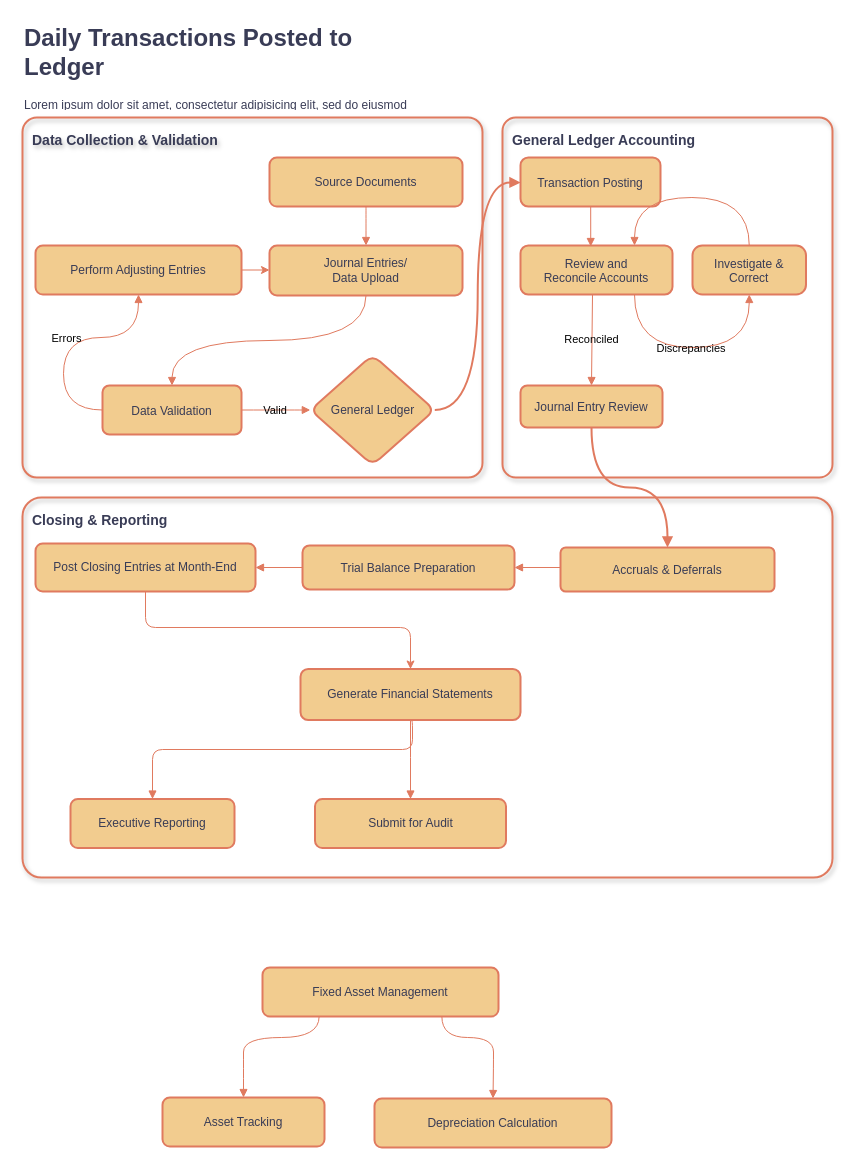
Before: page "GL" (3 of 5) of FnA Diagram.drawio in elangR1/drawio, a draw.io diagram. Source tidied: cells renumbered, new cells numbered last; positions are measured from the earlier drawing's top-left corner, leaving out a move shared by most shapes. Both pictures are drawn from the tidied source at 100%, with x=0, y=0 at pixel (22, 17).
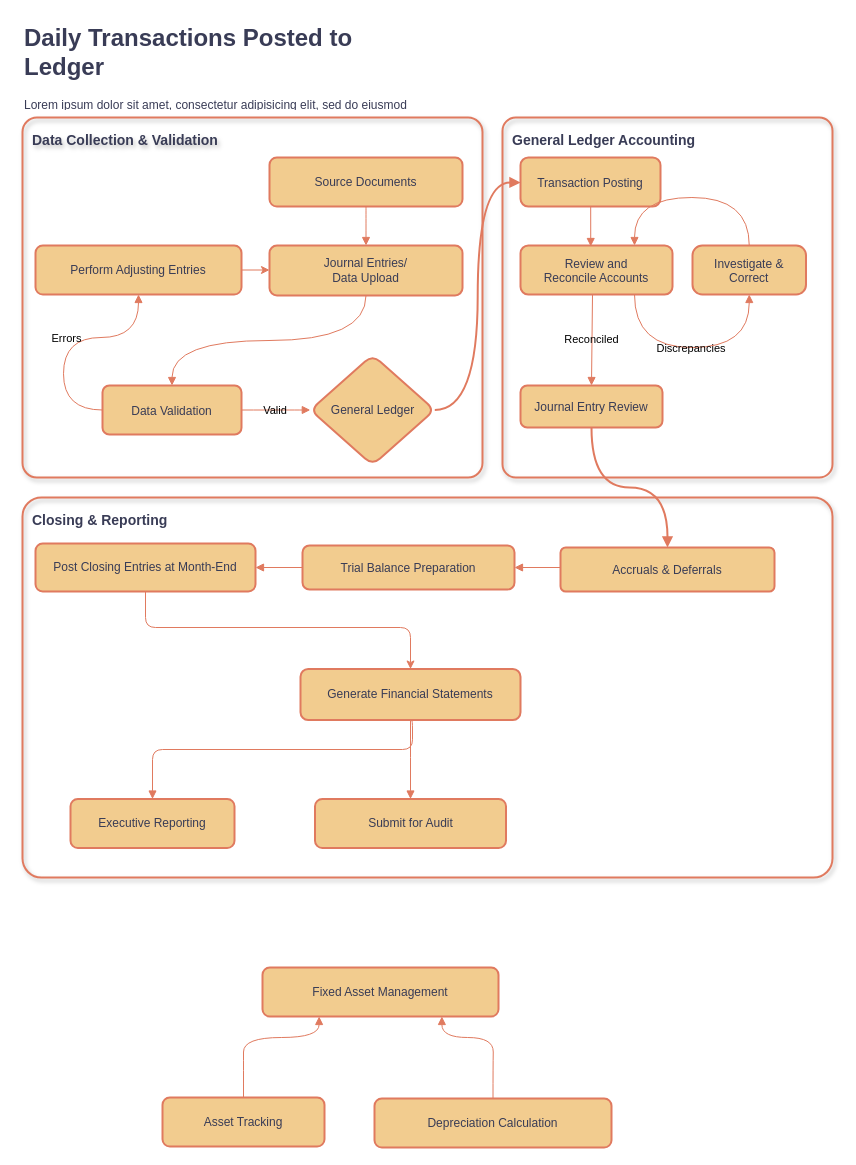
Above is the later version.

Unchanged cells that the change refers to:
```xml
<mxCell id="15" value="Fixed Asset Management" style="whiteSpace=wrap;strokeWidth=2;rounded=1;labelBackgroundColor=none;fillColor=#F2CC8F;strokeColor=#E07A5F;fontColor=#393C56;" parent="1" vertex="1">
  <mxGeometry x="240" y="950" width="236" height="49" as="geometry" />
</mxCell>
<mxCell id="16" value="Asset Tracking" style="whiteSpace=wrap;strokeWidth=2;rounded=1;labelBackgroundColor=none;fillColor=#F2CC8F;strokeColor=#E07A5F;fontColor=#393C56;" parent="1" vertex="1">
  <mxGeometry x="140" y="1080" width="162" height="49" as="geometry" />
</mxCell>
<mxCell id="17" value="Depreciation Calculation" style="whiteSpace=wrap;strokeWidth=2;rounded=1;labelBackgroundColor=none;fillColor=#F2CC8F;strokeColor=#E07A5F;fontColor=#393C56;" parent="1" vertex="1">
  <mxGeometry x="352" y="1081" width="237" height="49" as="geometry" />
</mxCell>
```

Diff of the diagram source:
```diff
@@
-    <mxCell id="18" style="curved=1;startArrow=none;endArrow=block;exitX=0.24;exitY=1;entryX=0.5;entryY=0;rounded=1;edgeStyle=orthogonalEdgeStyle;labelBackgroundColor=none;strokeColor=#E07A5F;fontColor=default;" parent="1" edge="1" source="15" target="16">
+    <mxCell id="18" style="curved=1;startArrow=none;endArrow=block;exitX=0.5;exitY=0;entryX=0.24;entryY=1;rounded=1;edgeStyle=orthogonalEdgeStyle;labelBackgroundColor=none;strokeColor=#E07A5F;fontColor=default;exitDx=0;exitDy=0;entryDx=0;entryDy=0;" parent="1" edge="1" source="16" target="15">
       <mxGeometry relative="1" as="geometry">
         <Array as="points">
+          <mxPoint x="221" y="1049" />
+          <mxPoint x="221" y="1020" />
           <mxPoint x="297" y="1020" />
-          <mxPoint x="221" y="1020" />
-          <mxPoint x="221" y="1049" />
         </Array>
       </mxGeometry>
     </mxCell>
-    <mxCell id="19" style="curved=1;startArrow=none;endArrow=block;exitX=0.76;exitY=1;entryX=0.5;entryY=0;rounded=1;edgeStyle=orthogonalEdgeStyle;labelBackgroundColor=none;strokeColor=#E07A5F;fontColor=default;entryDx=0;entryDy=0;" parent="1" edge="1" source="15" target="17">
+    <mxCell id="19" style="curved=1;startArrow=none;endArrow=block;exitX=0.5;exitY=0;entryX=0.76;entryY=1;rounded=1;edgeStyle=orthogonalEdgeStyle;labelBackgroundColor=none;strokeColor=#E07A5F;fontColor=default;entryDx=0;entryDy=0;exitDx=0;exitDy=0;" parent="1" edge="1" source="17" target="15">
       <mxGeometry relative="1" as="geometry">
         <Array as="points">
+          <mxPoint x="471" y="1049" />
+          <mxPoint x="471" y="1020" />
           <mxPoint x="419" y="1020" />
-          <mxPoint x="471" y="1020" />
-          <mxPoint x="471" y="1049" />
         </Array>
       </mxGeometry>
     </mxCell>
```
